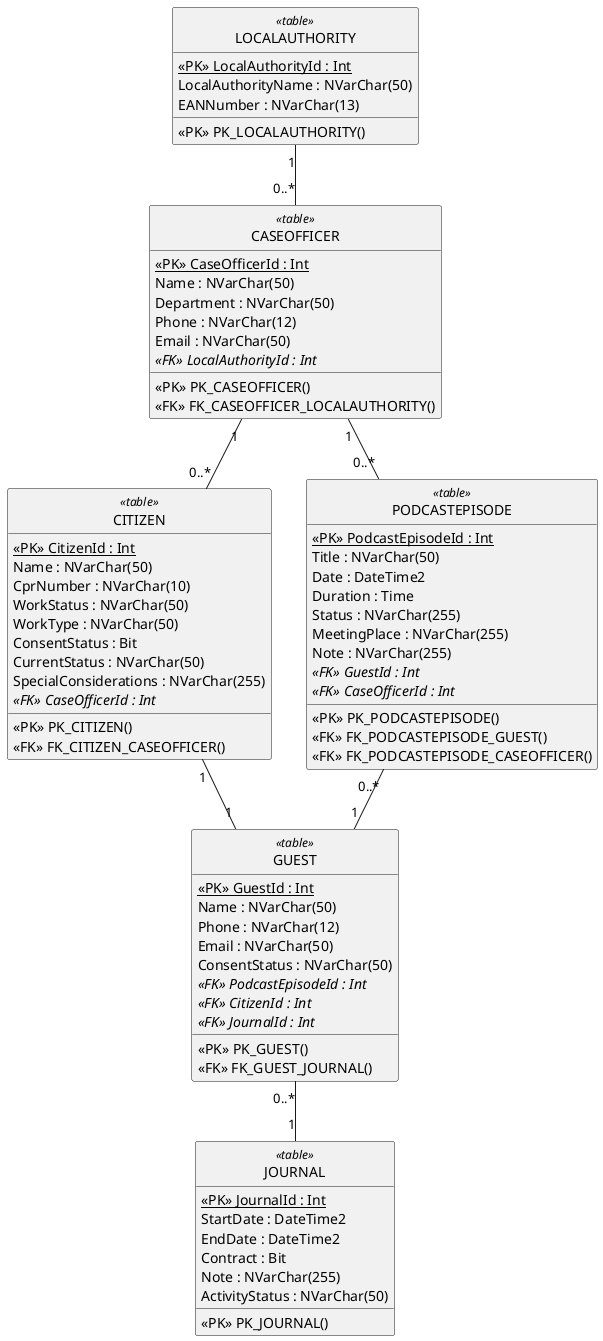
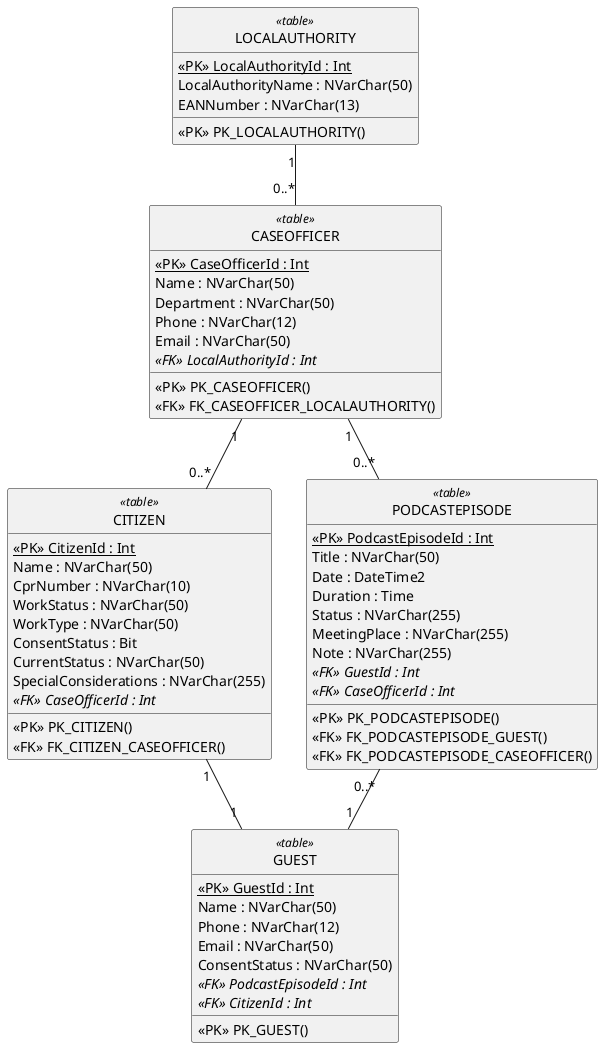
@startuml - UML DatabaseModel for Budweg
hide circle

/'Relationer
SPAREPARTS(<ins>SparePartId</ins> SparePartType, SparePartAmount)
STATION(<ins>StationId</ins>, StationType, StationsName, *SparePartId*)
BRAKECALIPER(<ins>CaliperId</ins>, CaliperType, CaliperStatus, Barcode, CaliperNumber, OrderNumber, Note, *StationId*)
'/
class "GUEST" <<table>>{
    {static} <<PK>> GuestId : Int
    {field} Name : NVarChar(50)
    {field} Phone : NVarChar(12)
    {field} Email : NVarChar(50)
    {field} ConsentStatus : NVarChar(50)
    //<<FK>> PodcastEpisodeId : Int//
    //<<FK>> CitizenId : Int//
-     //<<FK>> JournalId : Int//
    {method} <<PK>> PK_GUEST()
-     {method} <<FK>> FK_GUEST_JOURNAL()
}

class "CITIZEN" <<table>>{
    {static} <<PK>> CitizenId : Int
    {field} Name : NVarChar(50)
    {field} CprNumber : NVarChar(10)
    {field} WorkStatus : NVarChar(50)
    {field} WorkType : NVarChar(50)
    {field} ConsentStatus : Bit
    {field} CurrentStatus : NVarChar(50)
    {field} SpecialConsiderations : NVarChar(255)
    //<<FK>> CaseOfficerId : Int//
    {method} <<PK>> PK_CITIZEN()
    {method} <<FK>> FK_CITIZEN_CASEOFFICER()
}

class "LOCALAUTHORITY" <<table>>{
    {static} <<PK>> LocalAuthorityId : Int
    {field} LocalAuthorityName : NVarChar(50)
    {field} EANNumber : NVarChar(13)
    {method} <<PK>> PK_LOCALAUTHORITY()
}

class "CASEOFFICER" <<table>>{
    {static} <<PK>> CaseOfficerId : Int
    {field} Name : NVarChar(50)
    {field} Department : NVarChar(50)
    {field} Phone : NVarChar(12)
    {field} Email : NVarChar(50)
    //<<FK>> LocalAuthorityId : Int//
    {method} <<PK>> PK_CASEOFFICER()
    {method} <<FK>> FK_CASEOFFICER_LOCALAUTHORITY()

}

class "PODCASTEPISODE" <<table>>{
    {static} <<PK>> PodcastEpisodeId : Int
    {field} Title : NVarChar(50)
    {field} Date : DateTime2
    {field} Duration : Time
    {field} Status : NVarChar(255)
    {field} MeetingPlace : NVarChar(255)
    {field} Note : NVarChar(255)
    //<<FK>> GuestId : Int//
    //<<FK>> CaseOfficerId : Int//
    {method} <<PK>> PK_PODCASTEPISODE()
    {method} <<FK>> FK_PODCASTEPISODE_GUEST()
    {method} <<FK>> FK_PODCASTEPISODE_CASEOFFICER()
}

- class "JOURNAL" <<table>>{
-     {static} <<PK>> JournalId : Int
-     {field} StartDate : DateTime2
-     {field} EndDate : DateTime2
-     {field} Contract : Bit
-     {field} Note : NVarChar(255)
-     {field} ActivityStatus : NVarChar(50)
-     {method} <<PK>> PK_JOURNAL()
- }
'relationer'
LOCALAUTHORITY "1" -- "0..*" CASEOFFICER
CASEOFFICER "1" -- "0..*" PODCASTEPISODE
CASEOFFICER "1" -- "0..*" CITIZEN
CITIZEN "1" -- "1" GUEST
PODCASTEPISODE "0..*" -- "1" GUEST
- GUEST "0..*" -- "1" JOURNAL


@enduml